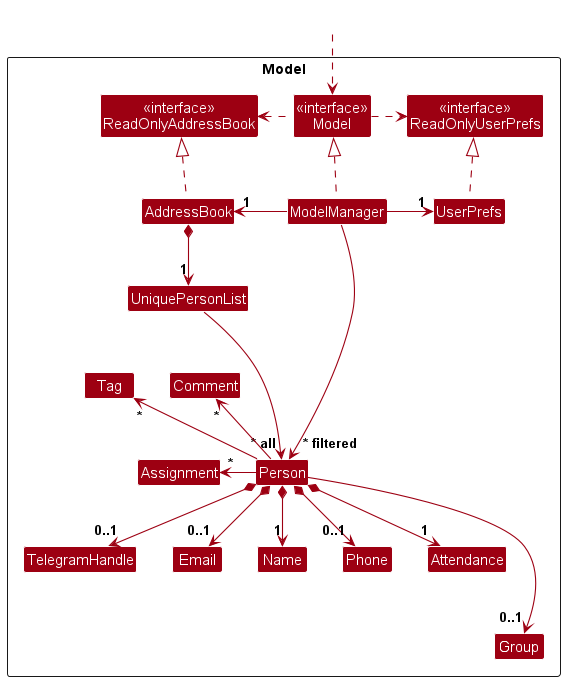
Earlier version of the PlantUML export docs/images/ModelClassDiagram.png (proto-aiken-13/tp).
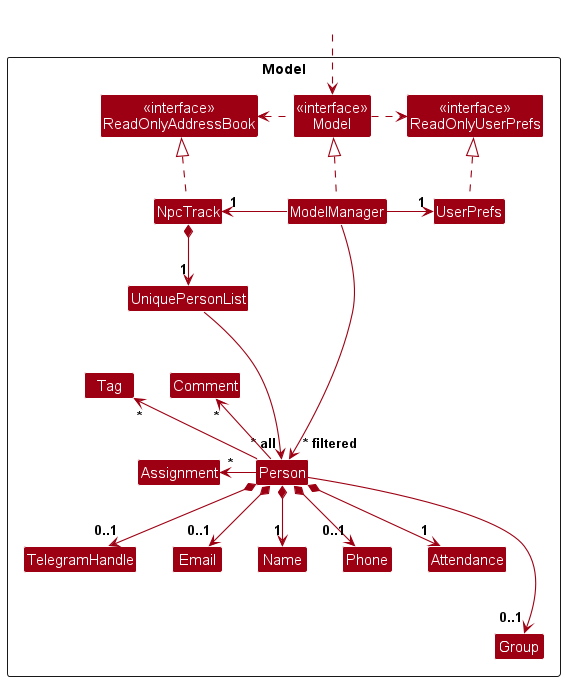
After the change.

Change to the diagram source:
```diff
@@ -8,7 +8,7 @@
 Class "<<interface>>\nReadOnlyAddressBook" as ReadOnlyAddressBook
 Class "<<interface>>\nReadOnlyUserPrefs" as ReadOnlyUserPrefs
 Class "<<interface>>\nModel" as Model
-Class AddressBook
+Class NpcTrack
 Class ModelManager
 Class UserPrefs
 
@@ -30,16 +30,16 @@
 Class HiddenOutside #FFFFFF
 HiddenOutside ..> Model
 
-AddressBook .up.|> ReadOnlyAddressBook
+NpcTrack .up.|> ReadOnlyAddressBook
 
 ModelManager .up.|> Model
 Model .right.> ReadOnlyUserPrefs
 Model .left.> ReadOnlyAddressBook
-ModelManager -left-> "1" AddressBook
+ModelManager -left-> "1" NpcTrack
 ModelManager -right-> "1" UserPrefs
 UserPrefs .up.|> ReadOnlyUserPrefs
 
-AddressBook *--> "1" UniquePersonList
+NpcTrack *--> "1" UniquePersonList
 UniquePersonList --> "~* all" Person
 Person *--> "1" Name
 Person *--> "0..1" Phone
```
